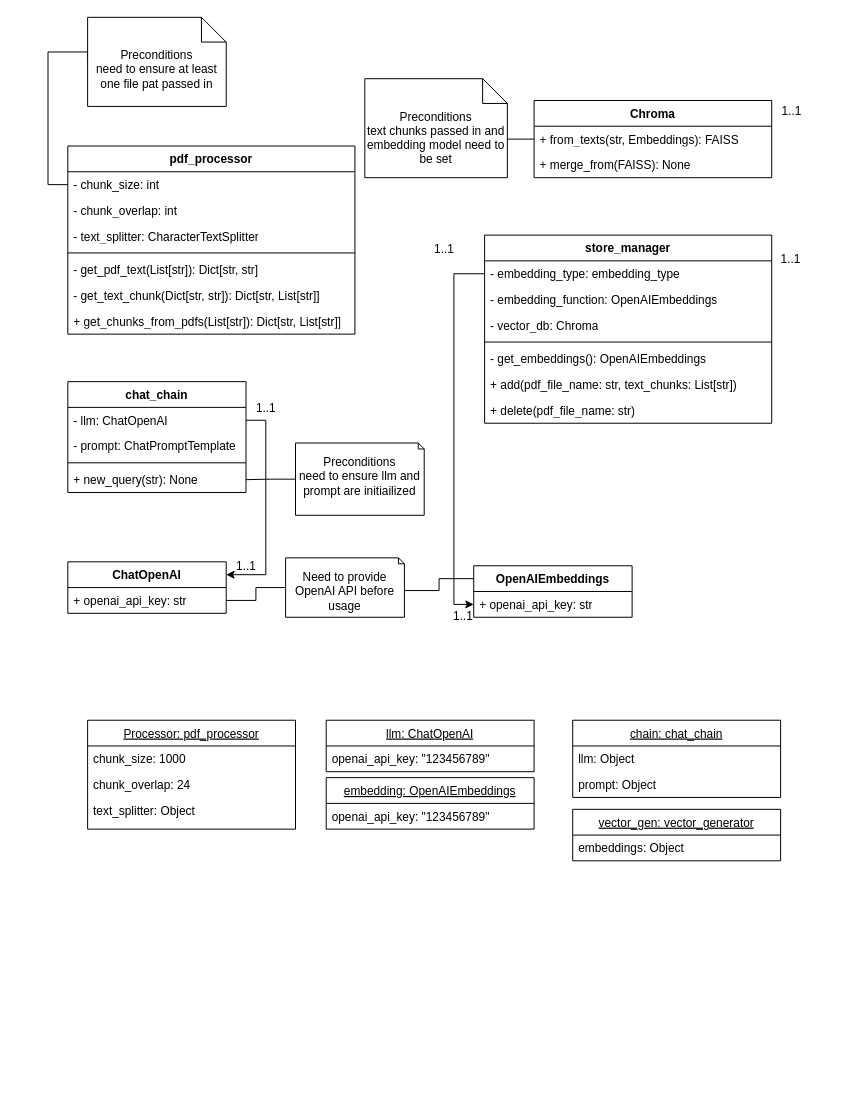
Earlier version of the draw.io diagram artifacts/ClassDiagrams.drawio (CabdulCiise/CIS641-Project). Source tidied: cells renumbered, new cells numbered last; positions are measured from the earlier drawing's top-left corner, leaving out a move shared by most shapes. Both pictures are drawn from the tidied source at 99%, with x=0, y=0 at pixel (48, 17).
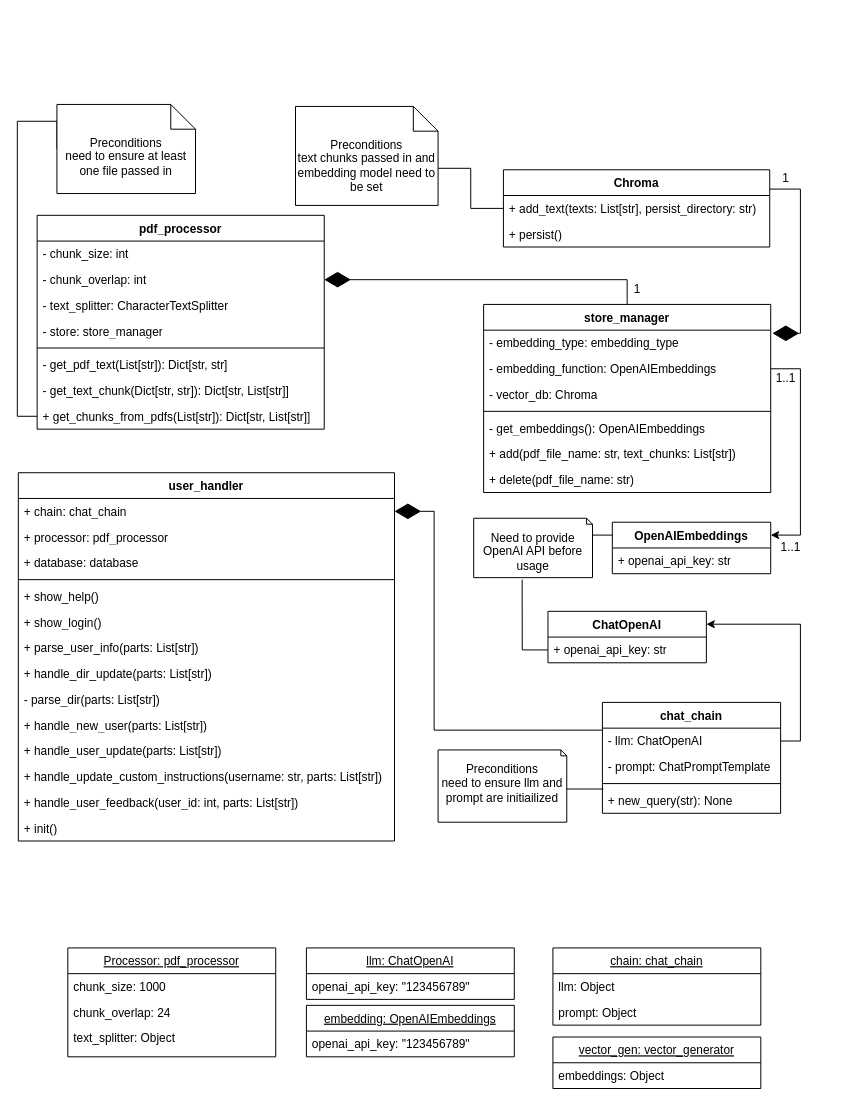
After the change.

Unchanged cells that the change refers to:
```xml
<mxCell id="7" value="- embedding_type: embedding_type" style="text;strokeColor=none;fillColor=none;align=left;verticalAlign=top;spacingLeft=4;spacingRight=4;overflow=hidden;points=[[0,0.5],[1,0.5]];portConstraint=eastwest;whiteSpace=wrap;html=1;" parent="6" vertex="1">
  <mxGeometry y="26" width="290" height="26" as="geometry" />
</mxCell>
<mxCell id="8" value="- embedding_function: OpenAIEmbeddings" style="text;strokeColor=none;fillColor=none;align=left;verticalAlign=top;spacingLeft=4;spacingRight=4;overflow=hidden;points=[[0,0.5],[1,0.5]];portConstraint=eastwest;whiteSpace=wrap;html=1;" parent="6" vertex="1">
  <mxGeometry y="52" width="290" height="26" as="geometry" />
</mxCell>
<mxCell id="15" value="- chunk_size: int" style="text;strokeColor=none;fillColor=none;align=left;verticalAlign=top;spacingLeft=4;spacingRight=4;overflow=hidden;points=[[0,0.5],[1,0.5]];portConstraint=eastwest;whiteSpace=wrap;html=1;" parent="14" vertex="1">
  <mxGeometry y="26" width="290" height="26" as="geometry" />
</mxCell>
<mxCell id="16" value="- chunk_overlap: int" style="text;strokeColor=none;fillColor=none;align=left;verticalAlign=top;spacingLeft=4;spacingRight=4;overflow=hidden;points=[[0,0.5],[1,0.5]];portConstraint=eastwest;whiteSpace=wrap;html=1;" parent="14" vertex="1">
  <mxGeometry y="52" width="290" height="26" as="geometry" />
</mxCell>
<mxCell id="23" value="+ openai_api_key: str" style="text;strokeColor=none;fillColor=none;align=left;verticalAlign=top;spacingLeft=4;spacingRight=4;overflow=hidden;points=[[0,0.5],[1,0.5]];portConstraint=eastwest;whiteSpace=wrap;html=1;" parent="22" vertex="1">
  <mxGeometry y="26" width="160" height="26" as="geometry" />
</mxCell>
<mxCell id="31" value="+ new_query(str): None" style="text;strokeColor=none;fillColor=none;align=left;verticalAlign=top;spacingLeft=4;spacingRight=4;overflow=hidden;points=[[0,0.5],[1,0.5]];portConstraint=eastwest;whiteSpace=wrap;html=1;" parent="27" vertex="1">
  <mxGeometry y="86" width="180" height="26" as="geometry" />
</mxCell>
<mxCell id="33" value="+ openai_api_key: str" style="text;strokeColor=none;fillColor=none;align=left;verticalAlign=top;spacingLeft=4;spacingRight=4;overflow=hidden;points=[[0,0.5],[1,0.5]];portConstraint=eastwest;whiteSpace=wrap;html=1;" parent="32" vertex="1">
  <mxGeometry y="26" width="160" height="26" as="geometry" />
</mxCell>
```

What changed in the source:
```diff
@@
     <mxCell id="2" value="Processor: pdf_processor" style="swimlane;fontStyle=4;align=center;verticalAlign=top;horizontal=1;startSize=26;rounded=0;shadow=0;strokeWidth=1;" parent="1" vertex="1">
-      <mxGeometry x="40" y="710" width="210" height="110" as="geometry" />
+      <mxGeometry x="20" y="940" width="210" height="110" as="geometry" />
     </mxCell>
@@
     <mxCell id="6" value="store_manager" style="swimlane;fontStyle=1;align=center;verticalAlign=top;horizontal=1;startSize=26;whiteSpace=wrap;html=1;" parent="1" vertex="1">
-      <mxGeometry x="441" y="220" width="290" height="190" as="geometry" />
+      <mxGeometry x="440" y="290" width="290" height="190" as="geometry" />
     </mxCell>
@@
     <mxCell id="14" value="pdf_processor" style="swimlane;fontStyle=1;align=center;verticalAlign=top;horizontal=1;startSize=26;whiteSpace=wrap;html=1;" parent="1" vertex="1">
-      <mxGeometry x="20" y="130" width="290" height="190" as="geometry" />
+      <mxGeometry x="-11" y="200" width="290" height="216" as="geometry" />
     </mxCell>
@@
+    <mxCell id="60" value="- store: store_manager" style="text;strokeColor=none;fillColor=none;align=left;verticalAlign=top;spacingLeft=4;spacingRight=4;overflow=hidden;whiteSpace=wrap;html=1;" parent="14" vertex="1">
+      <mxGeometry y="104" width="290" height="26" as="geometry" />
+    </mxCell>
     <mxCell id="18" style="line;strokeWidth=1;fillColor=none;align=left;verticalAlign=middle;spacingTop=-1;spacingLeft=3;spacingRight=3;labelPosition=right;strokeColor=inherit;" parent="14" vertex="1">
-      <mxGeometry y="104" width="290" height="8" as="geometry" />
+      <mxGeometry y="130" width="290" height="8" as="geometry" />
     </mxCell>
     <mxCell id="19" value="- get_pdf_text(List[str]): Dict[str, str]" style="text;strokeColor=none;fillColor=none;align=left;verticalAlign=top;spacingLeft=4;spacingRight=4;overflow=hidden;whiteSpace=wrap;html=1;" parent="14" vertex="1">
-      <mxGeometry y="112" width="290" height="26" as="geometry" />
+      <mxGeometry y="138" width="290" height="26" as="geometry" />
     </mxCell>
     <mxCell id="20" value="- get_text_chunk(Dict[str, str]): Dict[str, List[str]]" style="text;strokeColor=none;fillColor=none;align=left;verticalAlign=top;spacingLeft=4;spacingRight=4;overflow=hidden;whiteSpace=wrap;html=1;" parent="14" vertex="1">
-      <mxGeometry y="138" width="290" height="26" as="geometry" />
+      <mxGeometry y="164" width="290" height="26" as="geometry" />
     </mxCell>
     <mxCell id="21" value="+ get_chunks_from_pdfs(List[str]): Dict[str, List[str]]" style="text;strokeColor=none;fillColor=none;align=left;verticalAlign=top;spacingLeft=4;spacingRight=4;overflow=hidden;points=[[0,0.5],[1,0.5]];portConstraint=eastwest;whiteSpace=wrap;html=1;" parent="14" vertex="1">
-      <mxGeometry y="164" width="290" height="26" as="geometry" />
+      <mxGeometry y="190" width="290" height="26" as="geometry" />
     </mxCell>
     <mxCell id="22" value="OpenAIEmbeddings" style="swimlane;fontStyle=1;align=center;verticalAlign=top;horizontal=1;startSize=26;whiteSpace=wrap;html=1;" parent="1" vertex="1">
-      <mxGeometry x="430" y="554" width="160" height="52" as="geometry" />
+      <mxGeometry x="570" y="510" width="160" height="52" as="geometry" />
     </mxCell>
@@
     <mxCell id="24" value="Chroma" style="swimlane;fontStyle=1;align=center;verticalAlign=top;horizontal=1;startSize=26;whiteSpace=wrap;html=1;" parent="1" vertex="1">
-      <mxGeometry x="491" y="84" width="240" height="78" as="geometry" />
+      <mxGeometry x="460" y="154" width="269" height="78" as="geometry" />
     </mxCell>
-    <mxCell id="25" value="+ from_texts(str, Embeddings): FAISS" style="text;strokeColor=none;fillColor=none;align=left;verticalAlign=top;spacingLeft=4;spacingRight=4;overflow=hidden;points=[[0,0.5],[1,0.5]];portConstraint=eastwest;whiteSpace=wrap;html=1;" parent="24" vertex="1">
-      <mxGeometry y="26" width="240" height="26" as="geometry" />
+    <mxCell id="25" value="+ add_text(texts: List[str], persist_directory: str)" style="text;strokeColor=none;fillColor=none;align=left;verticalAlign=top;spacingLeft=4;spacingRight=4;overflow=hidden;points=[[0,0.5],[1,0.5]];portConstraint=eastwest;whiteSpace=wrap;html=1;" parent="24" vertex="1">
+      <mxGeometry y="26" width="269" height="26" as="geometry" />
     </mxCell>
-    <mxCell id="26" value="+ merge_from(FAISS): None" style="text;strokeColor=none;fillColor=none;align=left;verticalAlign=top;spacingLeft=4;spacingRight=4;overflow=hidden;whiteSpace=wrap;html=1;" parent="24" vertex="1">
-      <mxGeometry y="52" width="240" height="26" as="geometry" />
+    <mxCell id="26" value="+ persist()" style="text;strokeColor=none;fillColor=none;align=left;verticalAlign=top;spacingLeft=4;spacingRight=4;overflow=hidden;whiteSpace=wrap;html=1;" parent="24" vertex="1">
+      <mxGeometry y="52" width="269" height="26" as="geometry" />
     </mxCell>
     <mxCell id="27" value="chat_chain" style="swimlane;fontStyle=1;align=center;verticalAlign=top;horizontal=1;startSize=26;whiteSpace=wrap;html=1;" parent="1" vertex="1">
-      <mxGeometry x="20" y="368" width="180" height="112" as="geometry" />
+      <mxGeometry x="560" y="692" width="180" height="112" as="geometry" />
     </mxCell>
@@
     <mxCell id="32" value="ChatOpenAI" style="swimlane;fontStyle=1;align=center;verticalAlign=top;horizontal=1;startSize=26;whiteSpace=wrap;html=1;" parent="1" vertex="1">
-      <mxGeometry x="20" y="550" width="160" height="52" as="geometry" />
+      <mxGeometry x="505" y="600" width="160" height="52" as="geometry" />
     </mxCell>
@@
-    <mxCell id="35" style="edgeStyle=orthogonalEdgeStyle;rounded=0;jettySize=auto;html=1;exitX=0;exitY=0.5;exitDx=0;exitDy=0;entryX=0;entryY=0.5;entryDx=0;entryDy=0;" parent="1" edge="1" source="7" target="23">
-      <mxGeometry relative="1" as="geometry" />
-    </mxCell>
-    <mxCell id="36" style="edgeStyle=orthogonalEdgeStyle;rounded=0;jettySize=auto;html=1;exitX=0;exitY=0.5;exitDx=0;exitDy=0;exitPerimeter=0;entryX=1;entryY=0.5;entryDx=0;entryDy=0;endArrow=none;endFill=0;" parent="1" edge="1" source="37" target="33">
-      <mxGeometry relative="1" as="geometry" />
-    </mxCell>
     <mxCell id="37" value="Need to provide OpenAI API before usage" style="shape=note2;boundedLbl=1;whiteSpace=wrap;html=1;size=6;verticalAlign=top;align=center;" parent="1" vertex="1">
-      <mxGeometry x="240" y="546" width="120" height="60" as="geometry" />
+      <mxGeometry x="430" y="506" width="120" height="60" as="geometry" />
     </mxCell>
@@
-    <mxCell id="39" style="edgeStyle=orthogonalEdgeStyle;rounded=0;jettySize=auto;html=1;exitX=0;exitY=0.5;exitDx=0;exitDy=0;exitPerimeter=0;entryX=1;entryY=0.5;entryDx=0;entryDy=0;endArrow=none;endFill=0;" parent="1" edge="1" source="40" target="31">
-      <mxGeometry relative="1" as="geometry" />
-    </mxCell>
     <mxCell id="40" value="Preconditions&lt;br&gt;need to ensure llm and prompt are initiailized" style="shape=note2;boundedLbl=1;whiteSpace=wrap;html=1;size=6;verticalAlign=top;align=center;" parent="1" vertex="1">
-      <mxGeometry x="250" y="430" width="130" height="73" as="geometry" />
+      <mxGeometry x="394" y="740" width="130" height="73" as="geometry" />
     </mxCell>
-    <mxCell id="41" style="edgeStyle=orthogonalEdgeStyle;rounded=0;jettySize=auto;html=1;exitX=0;exitY=0.5;exitDx=0;exitDy=0;exitPerimeter=0;entryX=0;entryY=0.5;entryDx=0;entryDy=0;endArrow=none;endFill=0;" parent="1" edge="1" source="42" target="15">
+    <mxCell id="41" style="edgeStyle=orthogonalEdgeStyle;rounded=0;jettySize=auto;html=1;exitX=0;exitY=0.5;exitDx=0;exitDy=0;exitPerimeter=0;entryX=0;entryY=0.5;entryDx=0;entryDy=0;endArrow=none;endFill=0;" parent="1" edge="1" source="42" target="21">
       <mxGeometry relative="1" as="geometry">
         <Array as="points">
-          <mxPoint y="35" />
-          <mxPoint y="169" />
+          <mxPoint x="9" y="105" />
+          <mxPoint x="-31" y="105" />
+          <mxPoint x="-31" y="403" />
         </Array>
       </mxGeometry>
     </mxCell>
-    <mxCell id="42" value="Preconditions&lt;br&gt;need to ensure at least one file pat passed in" style="shape=note2;boundedLbl=1;whiteSpace=wrap;html=1;size=25;verticalAlign=top;align=center;" parent="1" vertex="1">
-      <mxGeometry x="40" width="140" height="90" as="geometry" />
+    <mxCell id="42" value="Preconditions&lt;br&gt;need to ensure at least one file passed in" style="shape=note2;boundedLbl=1;whiteSpace=wrap;html=1;size=25;verticalAlign=top;align=center;" parent="1" vertex="1">
+      <mxGeometry x="9" y="88" width="140" height="90" as="geometry" />
     </mxCell>
     <mxCell id="43" value="Preconditions&lt;br&gt;text chunks passed in and embedding model need to be set" style="shape=note2;boundedLbl=1;whiteSpace=wrap;html=1;size=25;verticalAlign=top;align=center;" parent="1" vertex="1">
-      <mxGeometry x="320" y="62" width="144" height="100" as="geometry" />
+      <mxGeometry x="250" y="90" width="144" height="100" as="geometry" />
     </mxCell>
@@
-    <mxCell id="45" value="1..1" style="text;html=1;align=center;verticalAlign=middle;strokeColor=none;fillColor=none;" parent="1" vertex="1">
-      <mxGeometry x="200" y="380" width="40" height="30" as="geometry" />
-    </mxCell>
-    <mxCell id="46" value="1..1" style="text;html=1;align=center;verticalAlign=middle;strokeColor=none;fillColor=none;" parent="1" vertex="1">
-      <mxGeometry x="180" y="540" width="40" height="30" as="geometry" />
-    </mxCell>
-    <mxCell id="47" value="1..1" style="text;html=1;align=center;verticalAlign=middle;strokeColor=none;fillColor=none;" parent="1" vertex="1">
-      <mxGeometry x="399" y="590" width="40" height="30" as="geometry" />
-    </mxCell>
-    <mxCell id="48" value="1..1" style="text;html=1;align=center;verticalAlign=middle;strokeColor=none;fillColor=none;" parent="1" vertex="1">
-      <mxGeometry x="380" y="220" width="40" height="30" as="geometry" />
-    </mxCell>
-    <mxCell id="49" value="1..1" style="text;html=1;align=center;verticalAlign=middle;strokeColor=none;fillColor=none;" parent="1" vertex="1">
-      <mxGeometry x="731" y="80" width="40" height="30" as="geometry" />
-    </mxCell>
-    <mxCell id="50" value="1..1" style="text;html=1;align=center;verticalAlign=middle;strokeColor=none;fillColor=none;" parent="1" vertex="1">
-      <mxGeometry x="730" y="230" width="40" height="30" as="geometry" />
-    </mxCell>
     <mxCell id="51" value="llm: ChatOpenAI" style="swimlane;fontStyle=4;align=center;verticalAlign=top;horizontal=1;startSize=26;rounded=0;shadow=0;strokeWidth=1;" parent="1" vertex="1">
-      <mxGeometry x="281" y="710" width="210" height="52" as="geometry" />
+      <mxGeometry x="261" y="940" width="210" height="52" as="geometry" />
     </mxCell>
@@
     <mxCell id="53" value="embedding: OpenAIEmbeddings" style="swimlane;fontStyle=4;align=center;verticalAlign=top;horizontal=1;startSize=26;rounded=0;shadow=0;strokeWidth=1;" parent="1" vertex="1">
-      <mxGeometry x="281" y="768" width="210" height="52" as="geometry" />
+      <mxGeometry x="261" y="998" width="210" height="52" as="geometry" />
     </mxCell>
@@
     <mxCell id="55" value="chain: chat_chain" style="swimlane;fontStyle=4;align=center;verticalAlign=top;horizontal=1;startSize=26;rounded=0;shadow=0;strokeWidth=1;" parent="1" vertex="1">
-      <mxGeometry x="530" y="710" width="210" height="78" as="geometry" />
+      <mxGeometry x="510" y="940" width="210" height="78" as="geometry" />
     </mxCell>
@@
     <mxCell id="58" value="vector_gen: vector_generator" style="swimlane;fontStyle=4;align=center;verticalAlign=top;horizontal=1;startSize=26;rounded=0;shadow=0;strokeWidth=1;" parent="1" vertex="1">
-      <mxGeometry x="530" y="800" width="210" height="52" as="geometry" />
+      <mxGeometry x="510" y="1030" width="210" height="52" as="geometry" />
     </mxCell>
@@
+    <mxCell id="61" style="endArrow=diamondThin;endFill=1;endSize=24;html=1;rounded=0;exitX=1;exitY=0.25;exitDx=0;exitDy=0;entryX=1.006;entryY=0.122;entryDx=0;entryDy=0;entryPerimeter=0;edgeStyle=orthogonalEdgeStyle;" parent="1" edge="1" source="24" target="7">
+      <mxGeometry relative="1" as="geometry">
+        <Array as="points">
+          <mxPoint x="760" y="174" />
+          <mxPoint x="760" y="319" />
+        </Array>
+      </mxGeometry>
+    </mxCell>
+    <mxCell id="62" value="1" style="text;html=1;align=center;verticalAlign=middle;strokeColor=none;fillColor=none;" parent="1" vertex="1">
+      <mxGeometry x="730" y="148" width="30" height="30" as="geometry" />
+    </mxCell>
+    <mxCell id="63" style="endArrow=diamondThin;endFill=1;endSize=24;html=1;rounded=0;entryX=1;entryY=0.5;entryDx=0;entryDy=0;exitX=0.5;exitY=0;exitDx=0;exitDy=0;edgeStyle=orthogonalEdgeStyle;" parent="1" edge="1" source="6" target="16">
+      <mxGeometry relative="1" as="geometry" />
+    </mxCell>
+    <mxCell id="64" value="1" style="text;html=1;align=center;verticalAlign=middle;strokeColor=none;fillColor=none;" parent="1" vertex="1">
+      <mxGeometry x="579.5" y="260" width="30" height="30" as="geometry" />
+    </mxCell>
+    <mxCell id="65" value="user_handler" style="swimlane;fontStyle=1;align=center;verticalAlign=top;horizontal=1;startSize=26;whiteSpace=wrap;html=1;" parent="1" vertex="1">
+      <mxGeometry x="-30" y="460" width="380" height="372" as="geometry" />
+    </mxCell>
+    <mxCell id="66" value="+ chain: chat_chain" style="text;strokeColor=none;fillColor=none;align=left;verticalAlign=top;spacingLeft=4;spacingRight=4;overflow=hidden;points=[[0,0.5],[1,0.5]];portConstraint=eastwest;whiteSpace=wrap;html=1;" parent="65" vertex="1">
+      <mxGeometry y="26" width="380" height="26" as="geometry" />
+    </mxCell>
+    <mxCell id="67" value="+ processor: pdf_processor" style="text;strokeColor=none;fillColor=none;align=left;verticalAlign=top;spacingLeft=4;spacingRight=4;overflow=hidden;whiteSpace=wrap;html=1;" parent="65" vertex="1">
+      <mxGeometry y="52" width="380" height="26" as="geometry" />
+    </mxCell>
+    <mxCell id="68" value="+ database: database" style="text;strokeColor=none;fillColor=none;align=left;verticalAlign=top;spacingLeft=4;spacingRight=4;overflow=hidden;whiteSpace=wrap;html=1;" parent="65" vertex="1">
+      <mxGeometry y="78" width="380" height="26" as="geometry" />
+    </mxCell>
+    <mxCell id="69" style="line;strokeWidth=1;fillColor=none;align=left;verticalAlign=middle;spacingTop=-1;spacingLeft=3;spacingRight=3;labelPosition=right;strokeColor=inherit;" parent="65" vertex="1">
+      <mxGeometry y="104" width="380" height="8" as="geometry" />
+    </mxCell>
+    <mxCell id="70" value="+ show_help()" style="text;strokeColor=none;fillColor=none;align=left;verticalAlign=top;spacingLeft=4;spacingRight=4;overflow=hidden;whiteSpace=wrap;html=1;" parent="65" vertex="1">
+      <mxGeometry y="112" width="380" height="26" as="geometry" />
+    </mxCell>
+    <mxCell id="71" value="+ show_login()" style="text;strokeColor=none;fillColor=none;align=left;verticalAlign=top;spacingLeft=4;spacingRight=4;overflow=hidden;whiteSpace=wrap;html=1;" parent="65" vertex="1">
+      <mxGeometry y="138" width="380" height="26" as="geometry" />
+    </mxCell>
+    <mxCell id="72" value="+&amp;nbsp;parse_user_info(parts: List[str])" style="text;strokeColor=none;fillColor=none;align=left;verticalAlign=top;spacingLeft=4;spacingRight=4;overflow=hidden;whiteSpace=wrap;html=1;" parent="65" vertex="1">
+      <mxGeometry y="164" width="380" height="26" as="geometry" />
+    </mxCell>
+    <mxCell id="73" value="+&amp;nbsp;handle_dir_update&lt;span style=&quot;background-color: initial;&quot;&gt;(parts: List[str])&lt;/span&gt;" style="text;strokeColor=none;fillColor=none;align=left;verticalAlign=top;spacingLeft=4;spacingRight=4;overflow=hidden;whiteSpace=wrap;html=1;" parent="65" vertex="1">
+      <mxGeometry y="190" width="380" height="26" as="geometry" />
+    </mxCell>
+    <mxCell id="74" value="- parse_dir&lt;span style=&quot;background-color: initial;&quot;&gt;(parts: List[str])&lt;/span&gt;" style="text;strokeColor=none;fillColor=none;align=left;verticalAlign=top;spacingLeft=4;spacingRight=4;overflow=hidden;whiteSpace=wrap;html=1;" parent="65" vertex="1">
+      <mxGeometry y="216" width="380" height="26" as="geometry" />
+    </mxCell>
+    <mxCell id="75" value="+ handle_new_user&lt;span style=&quot;background-color: initial;&quot;&gt;(parts: List[str])&lt;/span&gt;" style="text;strokeColor=none;fillColor=none;align=left;verticalAlign=top;spacingLeft=4;spacingRight=4;overflow=hidden;whiteSpace=wrap;html=1;" parent="65" vertex="1">
+      <mxGeometry y="242" width="380" height="26" as="geometry" />
+    </mxCell>
+    <mxCell id="76" value="+&amp;nbsp;handle_user_update&lt;span style=&quot;background-color: initial;&quot;&gt;(parts: List[str])&lt;/span&gt;" style="text;strokeColor=none;fillColor=none;align=left;verticalAlign=top;spacingLeft=4;spacingRight=4;overflow=hidden;whiteSpace=wrap;html=1;" parent="65" vertex="1">
+      <mxGeometry y="268" width="380" height="26" as="geometry" />
+    </mxCell>
+    <mxCell id="77" value="+&amp;nbsp;handle_update_custom_instructions&lt;span style=&quot;background-color: initial;&quot;&gt;(username: str, parts: List[str])&lt;/span&gt;" style="text;strokeColor=none;fillColor=none;align=left;verticalAlign=top;spacingLeft=4;spacingRight=4;overflow=hidden;whiteSpace=wrap;html=1;" parent="65" vertex="1">
+      <mxGeometry y="294" width="380" height="26" as="geometry" />
+    </mxCell>
+    <mxCell id="78" value="+&amp;nbsp;handle_user_feedback&lt;span style=&quot;background-color: initial;&quot;&gt;(user_id: int, parts: List[str])&lt;/span&gt;" style="text;strokeColor=none;fillColor=none;align=left;verticalAlign=top;spacingLeft=4;spacingRight=4;overflow=hidden;whiteSpace=wrap;html=1;" parent="65" vertex="1">
+      <mxGeometry y="320" width="380" height="26" as="geometry" />
+    </mxCell>
+    <mxCell id="79" value="+&amp;nbsp;init&lt;span style=&quot;background-color: initial;&quot;&gt;()&lt;/span&gt;" style="text;strokeColor=none;fillColor=none;align=left;verticalAlign=top;spacingLeft=4;spacingRight=4;overflow=hidden;whiteSpace=wrap;html=1;" parent="65" vertex="1">
+      <mxGeometry y="346" width="380" height="26" as="geometry" />
+    </mxCell>
+    <mxCell id="80" style="endArrow=diamondThin;endFill=1;endSize=24;html=1;rounded=0;entryX=1;entryY=0.5;entryDx=0;entryDy=0;exitX=0;exitY=0.25;exitDx=0;exitDy=0;edgeStyle=orthogonalEdgeStyle;" parent="1" edge="1" source="27" target="66">
+      <mxGeometry relative="1" as="geometry">
+        <Array as="points">
+          <mxPoint x="505" y="720" />
+          <mxPoint x="390" y="720" />
+          <mxPoint x="390" y="499" />
+        </Array>
+      </mxGeometry>
+    </mxCell>
+    <mxCell id="81" style="edgeStyle=orthogonalEdgeStyle;rounded=0;jettySize=auto;html=1;exitX=0;exitY=0.5;exitDx=0;exitDy=0;entryX=0.408;entryY=1.033;entryDx=0;entryDy=0;entryPerimeter=0;endArrow=none;endFill=0;" parent="1" edge="1" source="33" target="37">
+      <mxGeometry relative="1" as="geometry" />
+    </mxCell>
+    <mxCell id="82" style="edgeStyle=orthogonalEdgeStyle;rounded=0;jettySize=auto;html=1;exitX=1;exitY=0.5;exitDx=0;exitDy=0;entryX=1;entryY=0.25;entryDx=0;entryDy=0;" parent="1" edge="1" source="8" target="22">
+      <mxGeometry relative="1" as="geometry">
+        <Array as="points">
+          <mxPoint x="760" y="355" />
+          <mxPoint x="760" y="523" />
+        </Array>
+      </mxGeometry>
+    </mxCell>
+    <mxCell id="83" value="1..1" style="text;html=1;align=center;verticalAlign=middle;strokeColor=none;fillColor=none;" parent="1" vertex="1">
+      <mxGeometry x="730" y="521" width="40" height="30" as="geometry" />
+    </mxCell>
+    <mxCell id="84" value="1..1" style="text;html=1;align=center;verticalAlign=middle;strokeColor=none;fillColor=none;" parent="1" vertex="1">
+      <mxGeometry x="725" y="350" width="40" height="30" as="geometry" />
+    </mxCell>
+    <mxCell id="39" style="edgeStyle=orthogonalEdgeStyle;rounded=0;jettySize=auto;html=1;exitX=0;exitY=0;exitDx=130;exitDy=39.5;exitPerimeter=0;entryX=0.006;entryY=0.077;entryDx=0;entryDy=0;entryPerimeter=0;endArrow=none;endFill=0;" parent="1" edge="1" source="40" target="31">
+      <mxGeometry relative="1" as="geometry" />
+    </mxCell>
```
